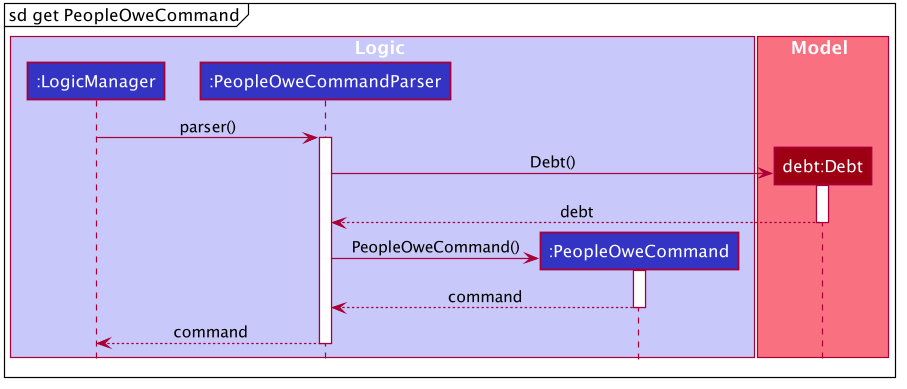
Above: docs/images/GetPeopleOweCommandSequenceDiagram.png in syinyichen/main (PlantUML), before the change. Source of this version:
```plantuml
@startuml








skinparam BackgroundColor #FFFFFFF

skinparam Shadowing false

skinparam Class {
    FontColor #FFFFFF
    BorderThickness 1
    BorderColor #FFFFFF
    StereotypeFontColor #FFFFFF
    FontName Arial
}

skinparam Actor {
    BorderColor #000000
    Color #000000
    FontName Arial
}

skinparam Sequence {
    MessageAlign center
    BoxFontSize 15
    BoxPadding 0
    BoxFontColor #FFFFFF
    FontName Arial
}

skinparam Participant {
    FontColor #FFFFFFF
    Padding 20
}

skinparam MinClassWidth 50
skinparam ParticipantPadding 10
skinparam Shadowing false
skinparam DefaultTextAlignment center
skinparam packageStyle Rectangle

hide footbox
hide members
hide circle

mainframe sd get PeopleOweCommand

box Logic #C8C8FA
participant ":LogicManager" as Logic #3333C4
participant ":PeopleOweCommandParser" as PeopleOweCommandParser #3333C4
participant ":PeopleOweCommand" as PeopleOweCommand #3333C4
end box

box Model #F97181
participant "debt:Debt" as debt #9D0012
end box

Logic -> PeopleOweCommandParser : parser()
activate PeopleOweCommandParser

create debt
PeopleOweCommandParser -> debt : Debt()
activate debt

debt --> PeopleOweCommandParser : debt
deactivate debt

create PeopleOweCommand
PeopleOweCommandParser -> PeopleOweCommand : PeopleOweCommand()
activate PeopleOweCommand

PeopleOweCommand --> PeopleOweCommandParser : command
deactivate PeopleOweCommand

PeopleOweCommandParser --> Logic : command
deactivate PeopleOweCommandParser

@enduml
```
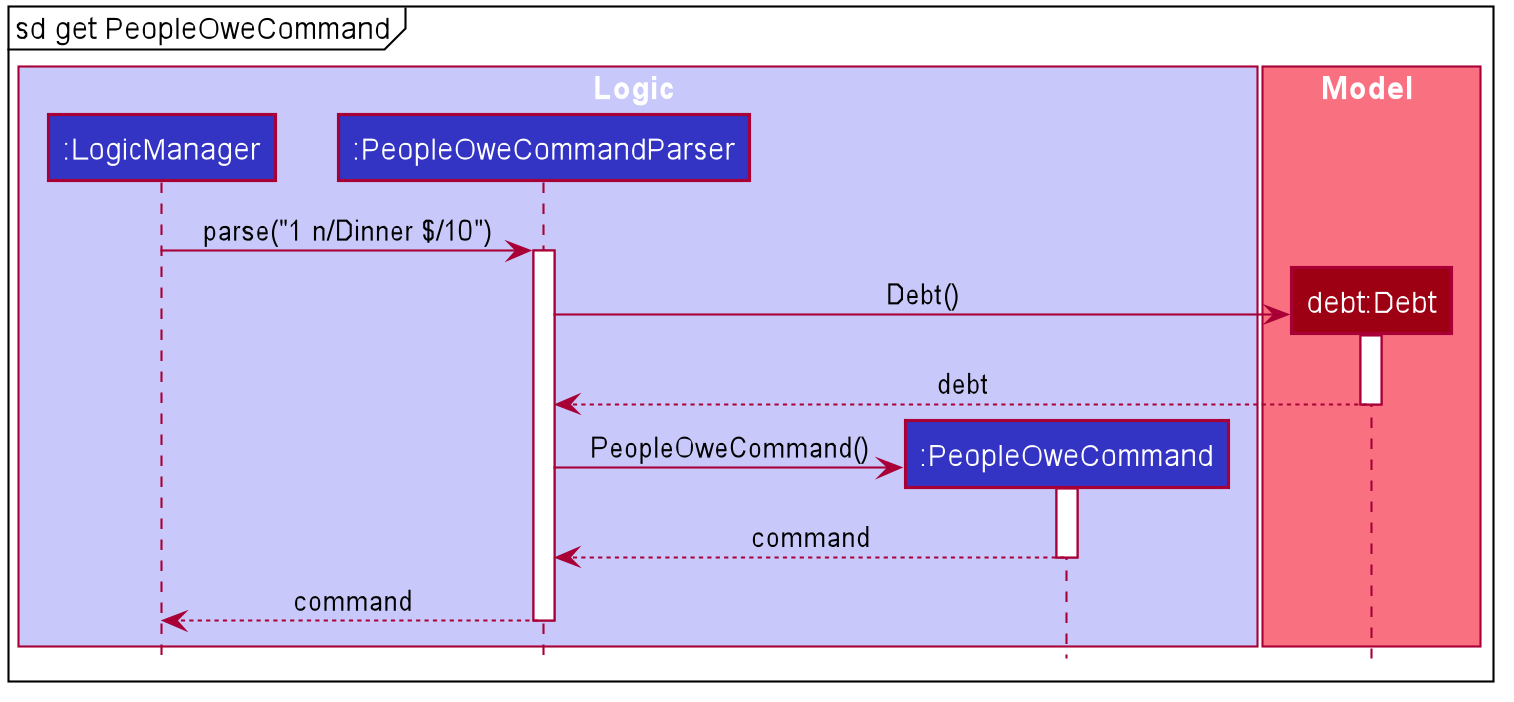
After the commit.

Change to the diagram source:
```diff
@@ -17,6 +17,8 @@
     BorderColor #FFFFFF
     StereotypeFontColor #FFFFFF
     FontName Arial
+    AttributeFontColor #FFFFFF
+    AttributeFontName Arial
 }
 
 skinparam Actor {
@@ -60,7 +62,7 @@
 participant "debt:Debt" as debt #9D0012
 end box
 
-Logic -> PeopleOweCommandParser : parser()
+Logic -> PeopleOweCommandParser : parse("1 n/Dinner $/10")
 activate PeopleOweCommandParser
 
 create debt
```
